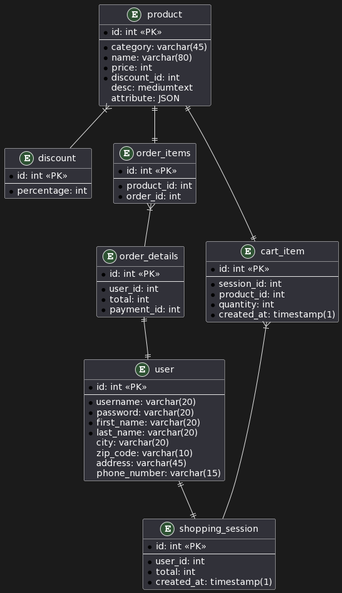
Before: database/schema.png, a diagram exported from PlantUML (vincent01110/szfm). Source of this version:
```plantuml
@startuml
entity product{
  * id: int <<PK>>
  --
  * category: varchar(45)
  * name: varchar(80)
  * price: int
  * discount_id: int
  desc: mediumtext
  attribute: JSON
}
entity discount{
  * id: int <<PK>>
  --
  * percentage: int
}
entity order_items{
  * id: int <<PK>>
  --
  * product_id: int
  * order_id: int
}
entity order_details{
  * id: int <<PK>>
  --
  * user_id: int
  * total: int
  * payment_id: int
}
entity cart_item{
  * id: int <<PK>>
  --
  * session_id: int
  * product_id: int
  * quantity: int
  * created_at: timestamp(1)
}
entity shopping_session{
  * id: int <<PK>>
  --
  * user_id: int
  * total: int
  * created_at: timestamp(1)
}
entity user{
  * id: int <<PK>>
  --
  * username: varchar(20)
  * password: varchar(20)
  * first_name: varchar(20)
  * last_name: varchar(20)
  city: varchar(20)
  zip_code: varchar(10)
  address: varchar(45)
  phone_number: varchar(15)
}



product }|-- discount
product ||--|| cart_item
product ||--|| order_items
order_items }|-- order_details
order_details ||--|| user
user ||--|| shopping_session
cart_item }|-- shopping_session
@enduml
```
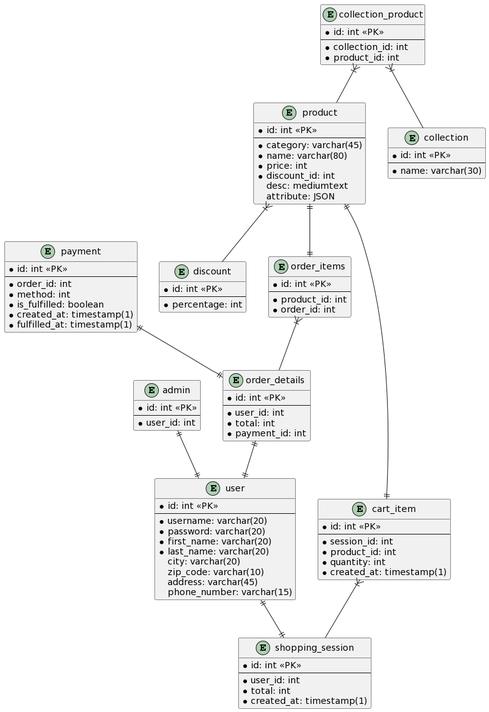
The same diagram one commit later.

Commit message:
schema img updated

What changed in the source:
```diff
@@ -54,8 +54,31 @@
   address: varchar(45)
   phone_number: varchar(15)
 }
-
-
+entity admin{
+  * id: int <<PK>>
+  --
+  * user_id: int
+}
+entity payment{
+  * id: int <<PK>>
+  --
+  * order_id: int
+  * method: int
+  * is_fulfilled: boolean
+  * created_at: timestamp(1)
+  * fulfilled_at: timestamp(1)
+}
+entity collection{
+  * id: int <<PK>>
+  --
+  * name: varchar(30)
+}
+entity collection_product{
+  * id: int <<PK>>
+  --
+  * collection_id: int
+  * product_id: int
+}
 
 product }|-- discount
 product ||--|| cart_item
@@ -64,4 +87,8 @@
 order_details ||--|| user
 user ||--|| shopping_session
 cart_item }|-- shopping_session
+payment ||--|| order_details
+admin ||--|| user
+collection_product }|-- collection
+collection_product }|-- product
 @enduml
```
